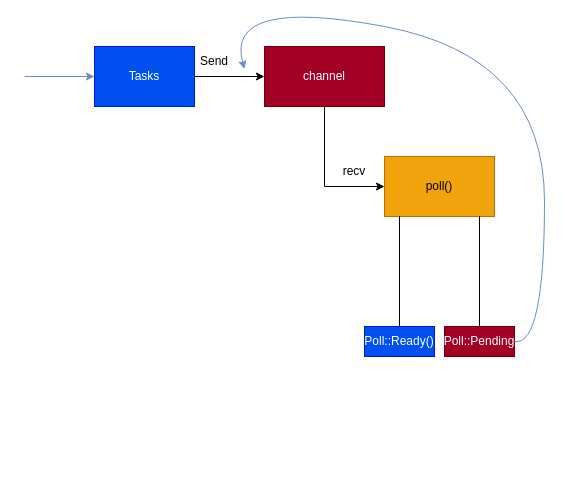
Above: rust-book/async_task.drawio in xunfeiad/md (draw.io), before the change. Source tidied: cells renumbered, new cells numbered last; positions are measured from the earlier drawing's top-left corner, leaving out a move shared by most shapes. Both pictures are drawn from the tidied source at 100%, with x=0, y=0 at pixel (24, -4).
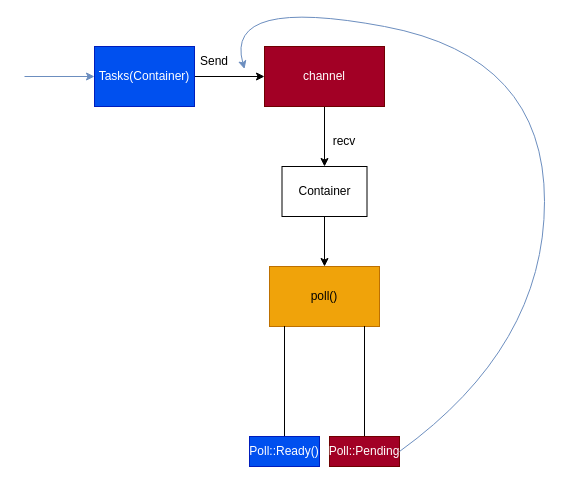
The same page after the edit.

Diff of the diagram source:
```diff
@@
 <mxGraphModel>
   <root>
     <mxCell id="0" />
     <mxCell id="1" parent="0" />
     <mxCell id="2" style="edgeStyle=none;html=1;exitX=1;exitY=0.5;exitDx=0;exitDy=0;" parent="1" edge="1" source="3">
       <mxGeometry relative="1" as="geometry">
         <mxPoint x="240" y="80" as="targetPoint" />
       </mxGeometry>
     </mxCell>
-    <mxCell id="3" value="Tasks" style="rounded=0;whiteSpace=wrap;html=1;fillColor=#0050ef;fontColor=#ffffff;strokeColor=#001DBC;" parent="1" vertex="1">
+    <mxCell id="3" value="Tasks(Container)" style="rounded=0;whiteSpace=wrap;html=1;fillColor=#0050ef;fontColor=#ffffff;strokeColor=#001DBC;" parent="1" vertex="1">
       <mxGeometry x="70" y="50" width="100" height="60" as="geometry" />
     </mxCell>
-    <mxCell id="4" style="edgeStyle=none;rounded=0;html=1;exitX=0.5;exitY=1;exitDx=0;exitDy=0;entryX=1;entryY=1;entryDx=0;entryDy=0;" parent="1" edge="1" source="5" target="8">
-      <mxGeometry relative="1" as="geometry">
-        <Array as="points">
-          <mxPoint x="300" y="190" />
-        </Array>
-      </mxGeometry>
-    </mxCell>
+    <mxCell id="14" style="edgeStyle=none;rounded=0;html=1;exitX=0.5;exitY=1;exitDx=0;exitDy=0;entryX=0.5;entryY=0;entryDx=0;entryDy=0;" parent="1" edge="1" source="5" target="16">
+      <mxGeometry relative="1" as="geometry" />
+    </mxCell>
     <mxCell id="5" value="channel" style="rounded=0;whiteSpace=wrap;html=1;fillColor=#a20025;fontColor=#ffffff;strokeColor=#6F0000;" parent="1" vertex="1">
       <mxGeometry x="240" y="50" width="120" height="60" as="geometry" />
     </mxCell>
     <mxCell id="6" value="Send" style="text;html=1;strokeColor=none;fillColor=none;align=center;verticalAlign=middle;whiteSpace=wrap;rounded=0;" parent="1" vertex="1">
       <mxGeometry x="160" y="50" width="60" height="30" as="geometry" />
     </mxCell>
     <mxCell id="7" value="poll()" style="rounded=0;whiteSpace=wrap;html=1;fillColor=#f0a30a;fontColor=#000000;strokeColor=#BD7000;" parent="1" vertex="1">
-      <mxGeometry x="360" y="160" width="110" height="60" as="geometry" />
+      <mxGeometry x="245" y="270" width="110" height="60" as="geometry" />
     </mxCell>
-    <mxCell id="8" value="recv" style="text;html=1;strokeColor=none;fillColor=none;align=center;verticalAlign=middle;whiteSpace=wrap;rounded=0;" parent="1" vertex="1">
-      <mxGeometry x="300" y="160" width="60" height="30" as="geometry" />
-    </mxCell>
     <mxCell id="9" style="shape=partialRectangle;whiteSpace=wrap;html=1;left=0;right=0;fillColor=none;direction=south;" parent="1" vertex="1">
-      <mxGeometry x="375" y="220" width="80" height="110" as="geometry" />
+      <mxGeometry x="260" y="330" width="80" height="110" as="geometry" />
     </mxCell>
     <mxCell id="10" value="Poll::Ready()" style="rounded=0;whiteSpace=wrap;html=1;fillColor=#0050ef;fontColor=#ffffff;strokeColor=#001DBC;" parent="1" vertex="1">
-      <mxGeometry x="340" y="330" width="70" height="30" as="geometry" />
+      <mxGeometry x="225" y="440" width="70" height="30" as="geometry" />
     </mxCell>
     <mxCell id="11" value="Poll::Pending" style="rounded=0;whiteSpace=wrap;html=1;fillColor=#a20025;fontColor=#ffffff;strokeColor=#6F0000;" parent="1" vertex="1">
-      <mxGeometry x="420" y="330" width="70" height="30" as="geometry" />
+      <mxGeometry x="305" y="440" width="70" height="30" as="geometry" />
     </mxCell>
     <mxCell id="12" style="curved=1;endArrow=classic;html=1;rounded=0;entryX=1;entryY=0.75;entryDx=0;entryDy=0;exitX=1;exitY=0.5;exitDx=0;exitDy=0;fillColor=#dae8fc;gradientColor=#7ea6e0;strokeColor=#6c8ebf;" parent="1" edge="1" source="11" target="6">
       <mxGeometry relative="1" as="geometry">
         <Array as="points">
           <mxPoint x="520" y="350" />
           <mxPoint x="520" y="60" />
           <mxPoint x="200" />
         </Array>
       </mxGeometry>
     </mxCell>
     <mxCell id="13" style="endArrow=classic;html=1;rounded=0;fillColor=#dae8fc;gradientColor=#7ea6e0;strokeColor=#6c8ebf;" parent="1" edge="1">
       <mxGeometry relative="1" as="geometry">
         <mxPoint y="80" as="sourcePoint" />
         <mxPoint x="70" y="80" as="targetPoint" />
       </mxGeometry>
     </mxCell>
+    <mxCell id="15" style="edgeStyle=none;rounded=0;html=1;exitX=0.5;exitY=1;exitDx=0;exitDy=0;entryX=0.5;entryY=0;entryDx=0;entryDy=0;" parent="1" edge="1" source="16" target="7">
+      <mxGeometry relative="1" as="geometry" />
+    </mxCell>
+    <mxCell id="16" value="Container" style="rounded=0;whiteSpace=wrap;html=1;" parent="1" vertex="1">
+      <mxGeometry x="257.5" y="170" width="85" height="50" as="geometry" />
+    </mxCell>
+    <mxCell id="8" value="recv" style="text;html=1;strokeColor=none;fillColor=none;align=center;verticalAlign=middle;whiteSpace=wrap;rounded=0;" parent="1" vertex="1">
+      <mxGeometry x="290" y="130" width="60" height="30" as="geometry" />
+    </mxCell>
   </root>
 </mxGraphModel>
```
